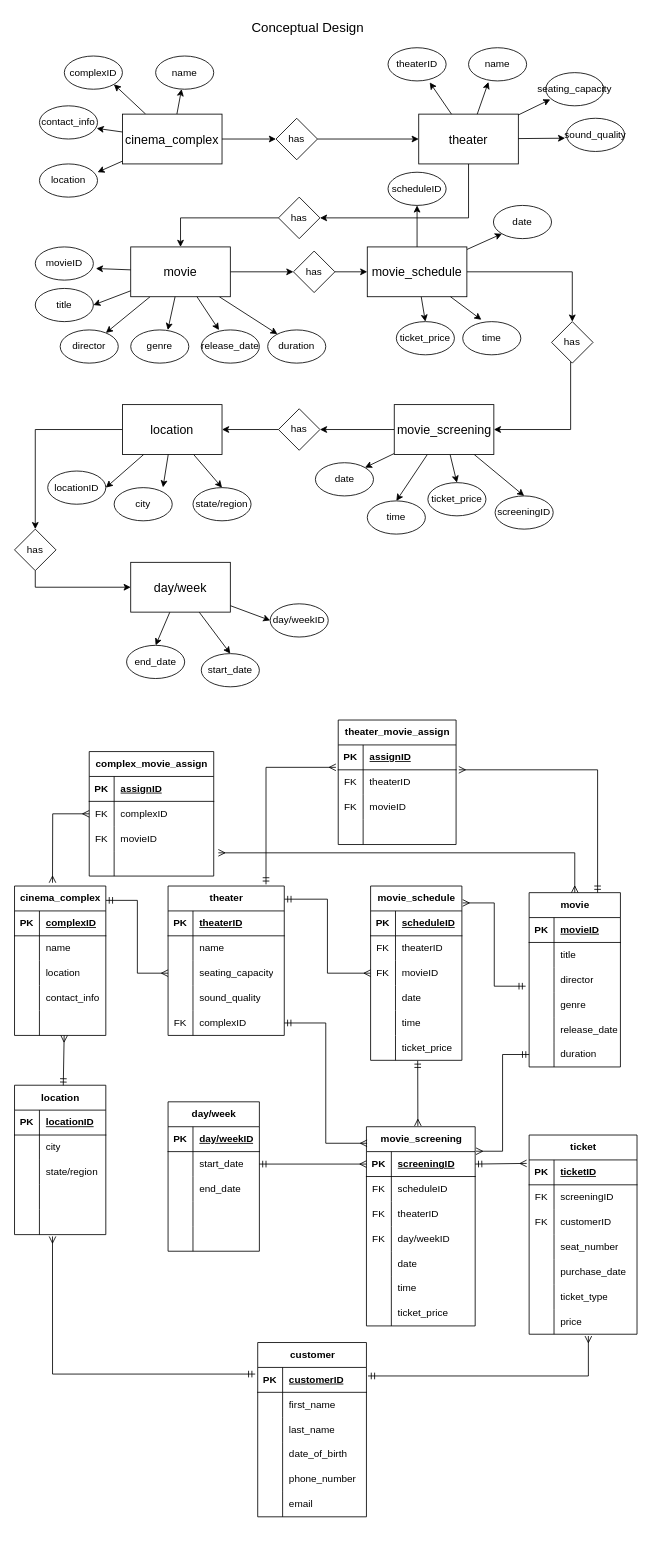
The draw.io diagram eye_candy_cinemas_casestudy.drawio in julieeesy/data_modelling_workshop, before the edit. Source tidied: cells renumbered, new cells numbered last; positions are measured from the earlier drawing's top-left corner, leaving out a move shared by most shapes. Both pictures are drawn from the tidied source at 83%, with x=0, y=0 at pixel (14, 14).
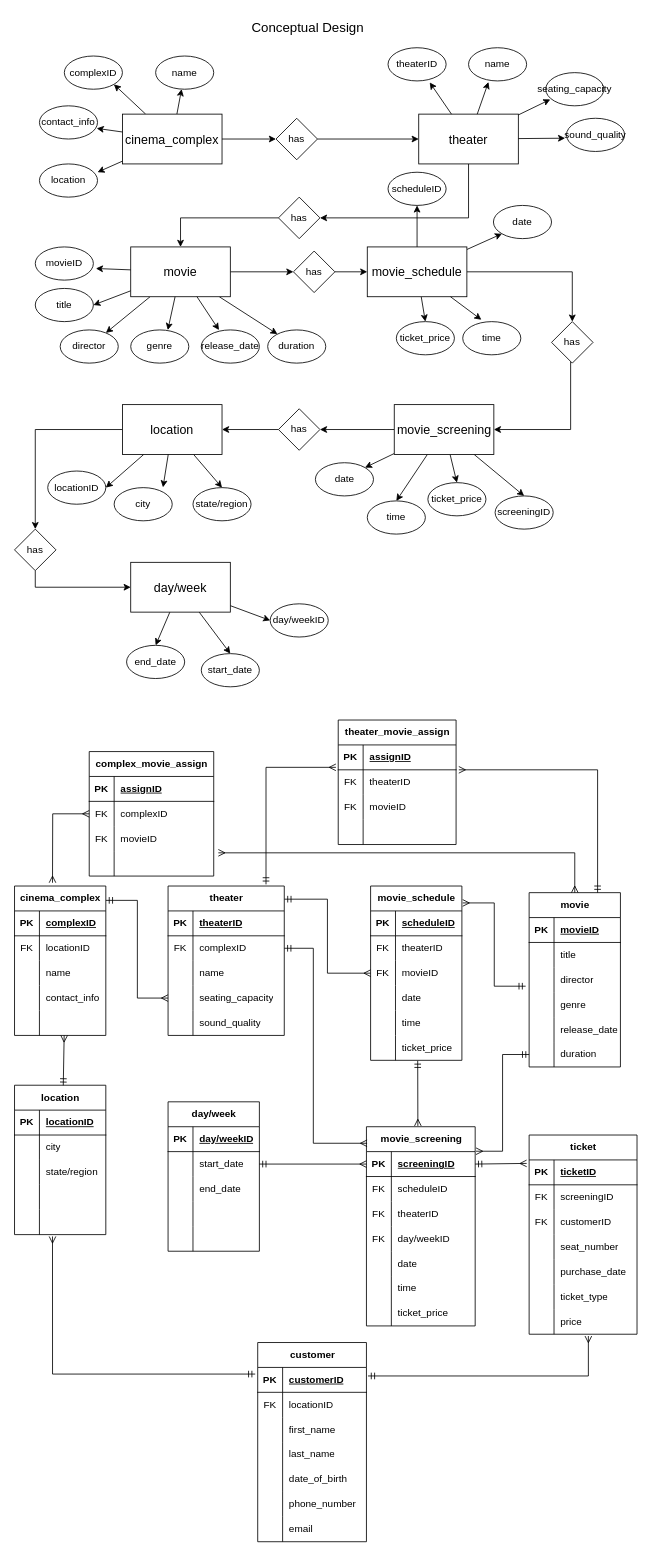
The same page after the edit.

The change refers to these unchanged cells:
```xml
<mxCell id="84" value="cinema_complex" style="shape=table;startSize=30;childLayout=tableLayout;rowLines=0;fontStyle=1;align=center;html=1;" parent="1" vertex="1">
  <mxGeometry y="1050" width="110" height="180" as="geometry" />
</mxCell>
<mxCell id="100" value="theater" style="shape=table;startSize=30;childLayout=tableLayout;rowLines=0;fontStyle=1;align=center;html=1;" parent="1" vertex="1">
  <mxGeometry x="185" y="1050" width="140" height="180" as="geometry" />
</mxCell>
<mxCell id="151" value="movie_screening" style="shape=table;startSize=30;childLayout=tableLayout;rowLines=0;fontStyle=1;align=center;html=1;" parent="1" vertex="1">
  <mxGeometry x="424" y="1340" width="131" height="240" as="geometry" />
</mxCell>
<mxCell id="261" style="shape=tableRow;horizontal=0;startSize=0;swimlaneHead=0;swimlaneBody=0;fillColor=none;top=0;left=0;right=0;bottom=0;" parent="257" vertex="1">
  <mxGeometry y="60" width="131" height="30" as="geometry" />
</mxCell>
```

Diff of the diagram source:
```diff
@@
+    <mxCell id="91" style="shape=tableRow;horizontal=0;startSize=0;swimlaneHead=0;swimlaneBody=0;fillColor=none;top=0;left=0;right=0;bottom=0;" parent="84" vertex="1">
+      <mxGeometry y="60" width="110" height="30" as="geometry" />
+    </mxCell>
+    <mxCell id="92" value="FK" style="shape=partialRectangle;fillColor=none;top=0;left=0;bottom=0;right=0;overflow=hidden;whiteSpace=wrap;html=1;" parent="91" vertex="1">
+      <mxGeometry width="30" height="30" as="geometry" />
+    </mxCell>
+    <mxCell id="93" value="locationID" style="shape=partialRectangle;fillColor=none;top=0;left=0;bottom=0;right=0;align=left;spacingLeft=6;overflow=hidden;whiteSpace=wrap;html=1;" parent="91" vertex="1">
+      <mxGeometry x="30" width="80" height="30" as="geometry" />
+    </mxCell>
     <mxCell id="88" style="shape=tableRow;horizontal=0;startSize=0;swimlaneHead=0;swimlaneBody=0;fillColor=none;top=0;left=0;right=0;bottom=0;" parent="84" vertex="1">
-      <mxGeometry y="60" width="110" height="30" as="geometry" />
+      <mxGeometry y="90" width="110" height="30" as="geometry" />
     </mxCell>
@@
-    <mxCell id="91" style="shape=tableRow;horizontal=0;startSize=0;swimlaneHead=0;swimlaneBody=0;fillColor=none;top=0;left=0;right=0;bottom=0;" parent="84" vertex="1">
-      <mxGeometry y="90" width="110" height="30" as="geometry" />
-    </mxCell>
-    <mxCell id="92" style="shape=partialRectangle;fillColor=none;top=0;left=0;bottom=0;right=0;overflow=hidden;whiteSpace=wrap;html=1;" parent="91" vertex="1">
-      <mxGeometry width="30" height="30" as="geometry" />
-    </mxCell>
-    <mxCell id="93" value="location" style="shape=partialRectangle;fillColor=none;top=0;left=0;bottom=0;right=0;align=left;spacingLeft=6;overflow=hidden;whiteSpace=wrap;html=1;" parent="91" vertex="1">
-      <mxGeometry x="30" width="80" height="30" as="geometry" />
-    </mxCell>
@@
+    <mxCell id="113" style="shape=tableRow;horizontal=0;startSize=0;swimlaneHead=0;swimlaneBody=0;fillColor=none;points=[[0,0.5],[1,0.5]];portConstraint=eastwest;top=0;left=0;right=0;bottom=0;" parent="100" vertex="1">
+      <mxGeometry y="60" width="140" height="30" as="geometry" />
+    </mxCell>
+    <mxCell id="114" value="FK" style="shape=partialRectangle;fillColor=none;top=0;left=0;bottom=0;right=0;overflow=hidden;whiteSpace=wrap;html=1;" parent="113" vertex="1">
+      <mxGeometry width="30" height="30" as="geometry" />
+    </mxCell>
+    <mxCell id="115" value="complexID" style="shape=partialRectangle;fillColor=none;top=0;left=0;bottom=0;right=0;align=left;spacingLeft=6;overflow=hidden;whiteSpace=wrap;html=1;" parent="113" vertex="1">
+      <mxGeometry x="30" width="110" height="30" as="geometry" />
+    </mxCell>
     <mxCell id="104" style="shape=tableRow;horizontal=0;startSize=0;swimlaneHead=0;swimlaneBody=0;fillColor=none;top=0;left=0;right=0;bottom=0;" parent="100" vertex="1">
-      <mxGeometry y="60" width="140" height="30" as="geometry" />
+      <mxGeometry y="90" width="140" height="30" as="geometry" />
     </mxCell>
@@
     <mxCell id="107" style="shape=tableRow;horizontal=0;startSize=0;swimlaneHead=0;swimlaneBody=0;fillColor=none;points=[[0,0.5],[1,0.5]];portConstraint=eastwest;top=0;left=0;right=0;bottom=0;" parent="100" vertex="1">
-      <mxGeometry y="90" width="140" height="30" as="geometry" />
+      <mxGeometry y="120" width="140" height="30" as="geometry" />
     </mxCell>
@@
     <mxCell id="110" style="shape=tableRow;horizontal=0;startSize=0;swimlaneHead=0;swimlaneBody=0;fillColor=none;top=0;left=0;right=0;bottom=0;" parent="100" vertex="1">
-      <mxGeometry y="120" width="140" height="30" as="geometry" />
+      <mxGeometry y="150" width="140" height="30" as="geometry" />
     </mxCell>
@@
-    <mxCell id="113" style="shape=tableRow;horizontal=0;startSize=0;swimlaneHead=0;swimlaneBody=0;fillColor=none;points=[[0,0.5],[1,0.5]];portConstraint=eastwest;top=0;left=0;right=0;bottom=0;" parent="100" vertex="1">
-      <mxGeometry y="150" width="140" height="30" as="geometry" />
-    </mxCell>
-    <mxCell id="114" value="FK" style="shape=partialRectangle;fillColor=none;top=0;left=0;bottom=0;right=0;overflow=hidden;whiteSpace=wrap;html=1;" parent="113" vertex="1">
-      <mxGeometry width="30" height="30" as="geometry" />
-    </mxCell>
-    <mxCell id="115" value="complexID" style="shape=partialRectangle;fillColor=none;top=0;left=0;bottom=0;right=0;align=left;spacingLeft=6;overflow=hidden;whiteSpace=wrap;html=1;" parent="113" vertex="1">
-      <mxGeometry x="30" width="110" height="30" as="geometry" />
-    </mxCell>
@@
     <mxCell id="239" style="fontSize=12;html=1;endArrow=ERmany;startArrow=ERmandOne;rounded=0;exitX=1;exitY=0.5;exitDx=0;exitDy=0;entryX=0.006;entryY=0.083;entryDx=0;entryDy=0;endFill=0;entryPerimeter=0;edgeStyle=elbowEdgeStyle;" parent="1" edge="1" source="113" target="151">
-      <mxGeometry relative="1" as="geometry" />
+      <mxGeometry relative="1" as="geometry">
+        <Array as="points">
+          <mxPoint x="360" y="1240" />
+        </Array>
+      </mxGeometry>
     </mxCell>
@@
     <mxCell id="257" value="customer" style="shape=table;startSize=30;childLayout=tableLayout;rowLines=0;fontStyle=1;align=center;html=1;" parent="1" vertex="1">
-      <mxGeometry x="293" y="1600" width="131" height="210" as="geometry" />
+      <mxGeometry x="293" y="1600" width="131" height="240" as="geometry" />
     </mxCell>
@@
-    <mxCell id="262" style="shape=partialRectangle;fillColor=none;top=0;left=0;bottom=0;right=0;overflow=hidden;whiteSpace=wrap;html=1;" parent="261" vertex="1">
+    <mxCell id="262" value="FK" style="shape=partialRectangle;fillColor=none;top=0;left=0;bottom=0;right=0;overflow=hidden;whiteSpace=wrap;html=1;" parent="261" vertex="1">
       <mxGeometry width="30" height="30" as="geometry" />
     </mxCell>
-    <mxCell id="263" value="first_name" style="shape=partialRectangle;fillColor=none;top=0;left=0;bottom=0;right=0;align=left;spacingLeft=6;overflow=hidden;whiteSpace=wrap;html=1;" parent="261" vertex="1">
+    <mxCell id="263" value="locationID" style="shape=partialRectangle;fillColor=none;top=0;left=0;bottom=0;right=0;align=left;spacingLeft=6;overflow=hidden;whiteSpace=wrap;html=1;" parent="261" vertex="1">
       <mxGeometry x="30" width="101" height="30" as="geometry" />
     </mxCell>
+    <mxCell id="290" style="shape=tableRow;horizontal=0;startSize=0;swimlaneHead=0;swimlaneBody=0;fillColor=none;top=0;left=0;right=0;bottom=0;" parent="257" vertex="1">
+      <mxGeometry y="90" width="131" height="30" as="geometry" />
+    </mxCell>
+    <mxCell id="291" style="shape=partialRectangle;fillColor=none;top=0;left=0;bottom=0;right=0;overflow=hidden;whiteSpace=wrap;html=1;" parent="290" vertex="1">
+      <mxGeometry width="30" height="30" as="geometry" />
+    </mxCell>
+    <mxCell id="292" value="first_name" style="shape=partialRectangle;fillColor=none;top=0;left=0;bottom=0;right=0;align=left;spacingLeft=6;overflow=hidden;whiteSpace=wrap;html=1;" parent="290" vertex="1">
+      <mxGeometry x="30" width="101" height="30" as="geometry" />
+    </mxCell>
     <mxCell id="264" style="shape=tableRow;horizontal=0;startSize=0;swimlaneHead=0;swimlaneBody=0;fillColor=none;top=0;left=0;right=0;bottom=0;" parent="257" vertex="1">
-      <mxGeometry y="90" width="131" height="30" as="geometry" />
+      <mxGeometry y="120" width="131" height="30" as="geometry" />
     </mxCell>
@@
     <mxCell id="267" style="shape=tableRow;horizontal=0;startSize=0;swimlaneHead=0;swimlaneBody=0;fillColor=none;top=0;left=0;right=0;bottom=0;" parent="257" vertex="1">
-      <mxGeometry y="120" width="131" height="30" as="geometry" />
+      <mxGeometry y="150" width="131" height="30" as="geometry" />
     </mxCell>
@@
     <mxCell id="270" style="shape=tableRow;horizontal=0;startSize=0;swimlaneHead=0;swimlaneBody=0;fillColor=none;top=0;left=0;right=0;bottom=0;" parent="257" vertex="1">
-      <mxGeometry y="150" width="131" height="30" as="geometry" />
+      <mxGeometry y="180" width="131" height="30" as="geometry" />
     </mxCell>
@@
     <mxCell id="273" style="shape=tableRow;horizontal=0;startSize=0;swimlaneHead=0;swimlaneBody=0;fillColor=none;top=0;left=0;right=0;bottom=0;" parent="257" vertex="1">
-      <mxGeometry y="180" width="131" height="30" as="geometry" />
+      <mxGeometry y="210" width="131" height="30" as="geometry" />
     </mxCell>
```
